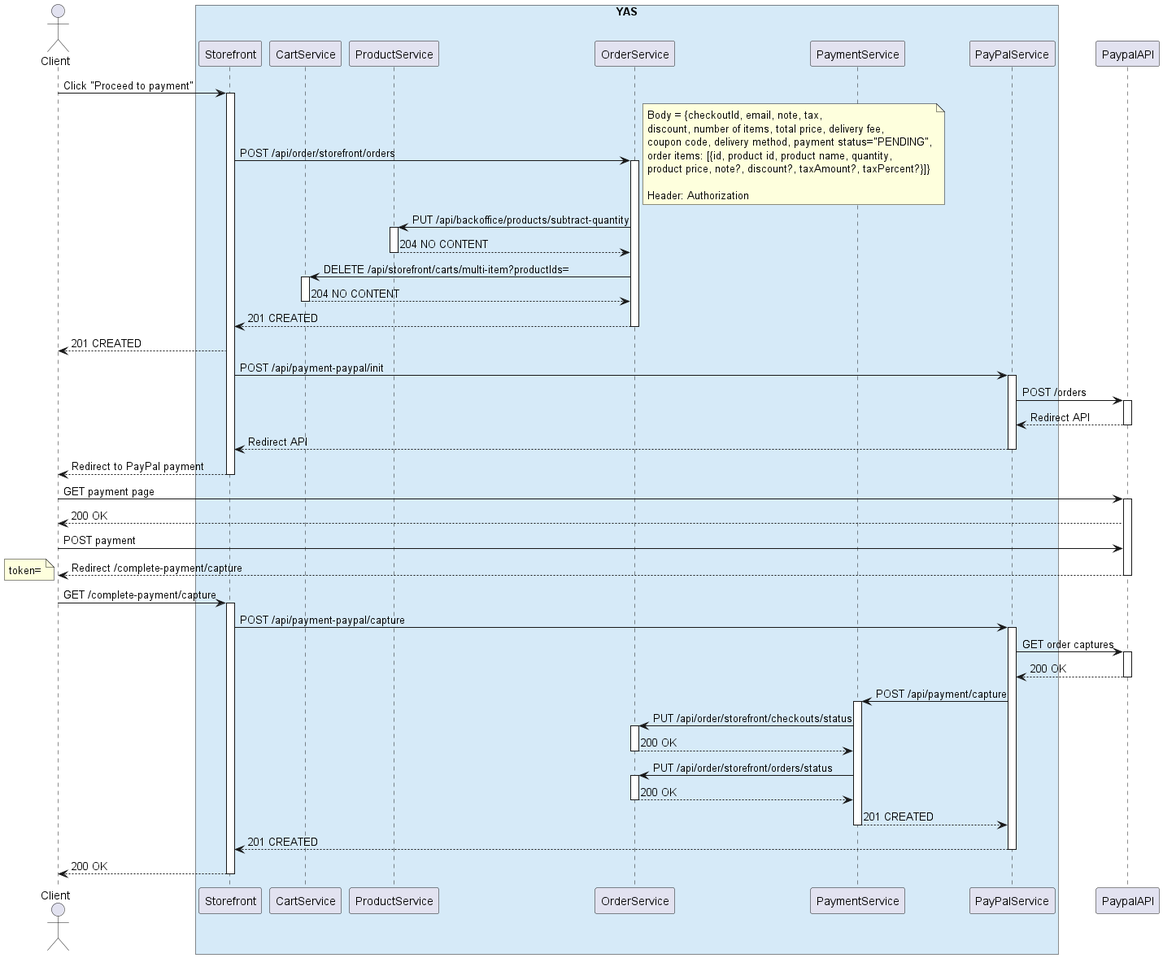
Above: order/docs/img/Create order flow.png in nashtech-garage/yas (PlantUML), before the change.
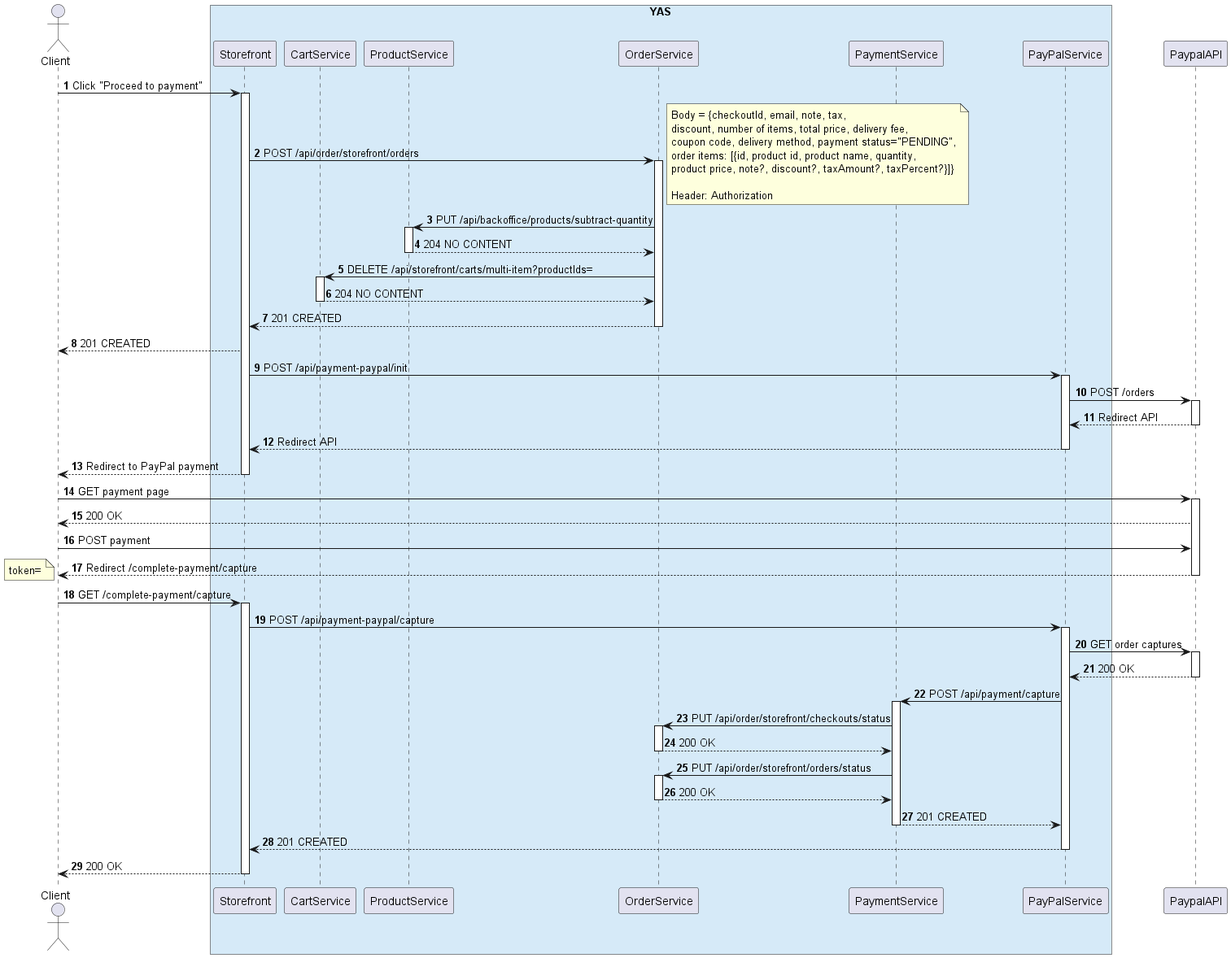
The same diagram one commit later.

Commit message:
Feat: add Order state diagrams

The edit, as a diff of the source:
```diff
@@ -1,4 +1,5 @@
 @startuml Create order flow
+autonumber
 actor Client
 box "YAS" #D6EAF8
 participant Storefront as NextJs
```
